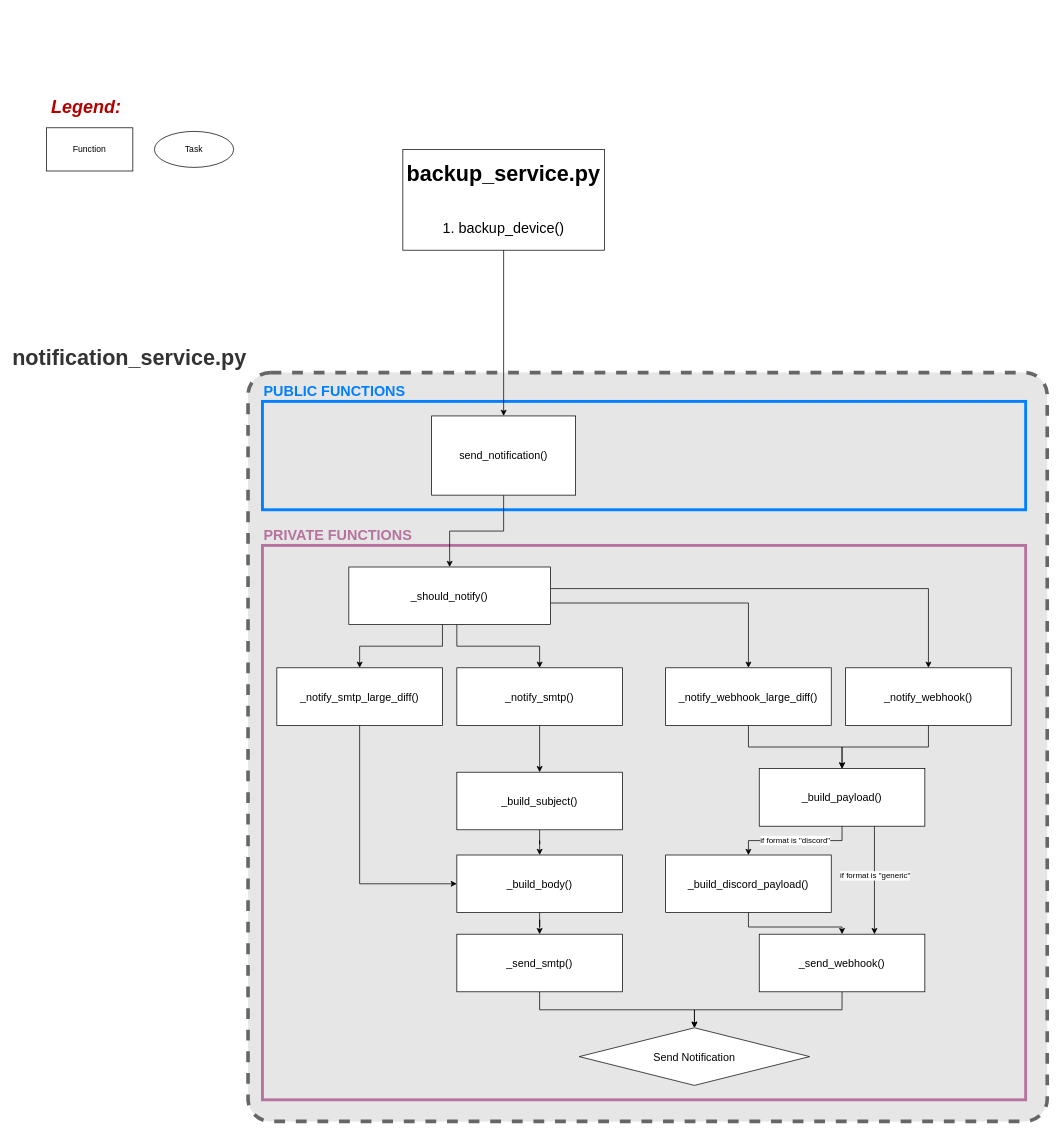
Above: page "Notification Service" (4 of 6) of KiwiSSH.drawio in casudo/KiwiSSH (draw.io), before the change. Source tidied: cells renumbered, new cells numbered last; positions are measured from the earlier drawing's top-left corner, leaving out a move shared by most shapes. Both pictures are drawn from the tidied source at 72%, with x=0, y=0 at pixel (46, 91).
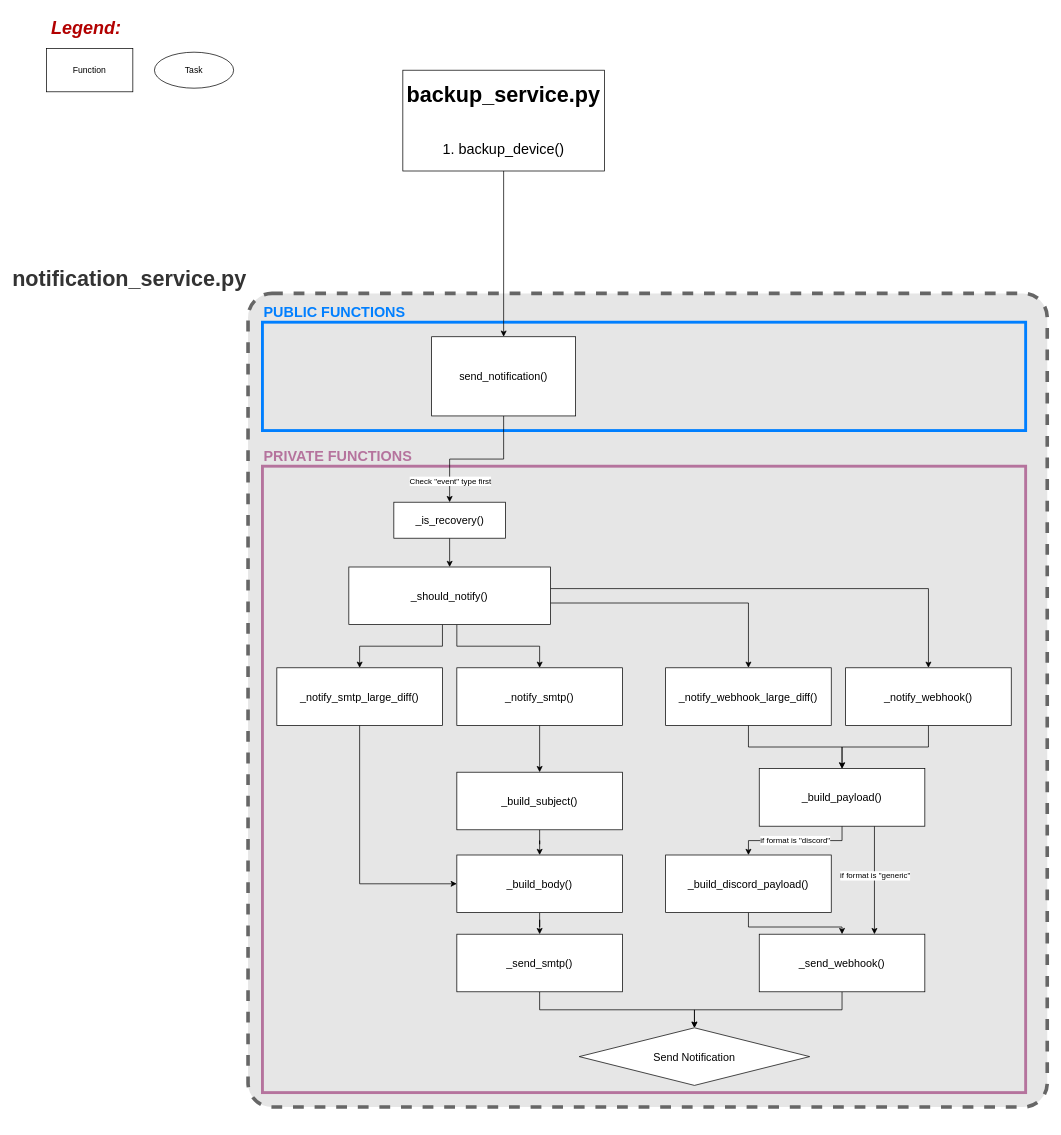
The same page after the edit.

The change refers to these unchanged cells:
```xml
<mxCell id="12" value="_should_notify()" style="rounded=0;whiteSpace=wrap;html=1;fontSize=15;" parent="1" vertex="1">
  <mxGeometry x="420" y="660" width="280" height="80" as="geometry" />
</mxCell>
```

The edit, as a diff of the source:
```diff
@@
     <mxCell id="2" value="backup_service.py&lt;div&gt;&lt;br&gt;&lt;/div&gt;&lt;div&gt;&lt;span style=&quot;font-weight: normal;&quot;&gt;&lt;font style=&quot;font-size: 20px;&quot;&gt;1. backup_device()&lt;/font&gt;&lt;/span&gt;&lt;/div&gt;" style="rounded=0;whiteSpace=wrap;html=1;fontSize=30;fontStyle=1;" parent="1" vertex="1">
-      <mxGeometry x="495" y="80" width="280" height="140" as="geometry" />
+      <mxGeometry x="495" y="-30" width="280" height="140" as="geometry" />
     </mxCell>
     <mxCell id="3" value="notification_service.py" style="rounded=1;whiteSpace=wrap;html=1;labelPosition=left;verticalLabelPosition=top;align=right;verticalAlign=bottom;fontStyle=1;fontSize=30;strokeWidth=5;dashed=1;perimeterSpacing=0;arcSize=3;fillColor=#E6E6E6;fontColor=#333333;strokeColor=#666666;" parent="1" vertex="1">
-      <mxGeometry x="280" y="390" width="1110" height="1040" as="geometry" />
+      <mxGeometry x="280" y="280" width="1110" height="1130" as="geometry" />
     </mxCell>
     <mxCell id="4" value="PRIVATE FUNCTIONS" style="rounded=0;whiteSpace=wrap;html=1;strokeWidth=4;fillColor=none;strokeColor=#B5739D;fontSize=20;fontStyle=1;fontColor=#B5739D;labelPosition=center;verticalLabelPosition=top;align=left;verticalAlign=bottom;" parent="1" vertex="1">
-      <mxGeometry x="300" y="630" width="1060" height="770" as="geometry" />
+      <mxGeometry x="300" y="520" width="1060" height="870" as="geometry" />
     </mxCell>
     <mxCell id="5" value="PUBLIC FUNCTIONS" style="rounded=0;whiteSpace=wrap;html=1;strokeWidth=4;fillColor=none;strokeColor=#007FFF;fontSize=20;fontStyle=1;fontColor=#007FFF;labelPosition=center;verticalLabelPosition=top;align=left;verticalAlign=bottom;spacing=2;spacingLeft=0;" parent="1" vertex="1">
-      <mxGeometry x="300" y="430" width="1060" height="150.5" as="geometry" />
+      <mxGeometry x="300" y="320" width="1060" height="150.5" as="geometry" />
     </mxCell>
-    <mxCell id="6" style="edgeStyle=orthogonalEdgeStyle;rounded=0;jettySize=auto;html=1;entryX=0.5;entryY=0;entryDx=0;entryDy=0;" parent="1" edge="1" source="7" target="12">
-      <mxGeometry relative="1" as="geometry" />
-    </mxCell>
+    <mxCell id="41" style="edgeStyle=orthogonalEdgeStyle;rounded=0;jettySize=auto;html=1;entryX=0.5;entryY=0;entryDx=0;entryDy=0;" parent="1" edge="1" source="7" target="44">
+      <mxGeometry relative="1" as="geometry" />
+    </mxCell>
+    <mxCell id="42" value="Check &quot;event&quot; type first" style="edgeLabel;html=1;align=center;verticalAlign=middle;" parent="41" vertex="1">
+      <mxGeometry x="0.65" y="-1" relative="1" as="geometry">
+        <mxPoint x="1" y="4" as="offset" />
+      </mxGeometry>
+    </mxCell>
     <mxCell id="7" value="&lt;div style=&quot;font-size: 15px;&quot;&gt;&lt;span style=&quot;background-color: initial; font-size: 15px;&quot;&gt;send_notification()&lt;/span&gt;&lt;br style=&quot;font-size: 15px;&quot;&gt;&lt;/div&gt;" style="rounded=0;whiteSpace=wrap;html=1;fontSize=15;" parent="1" vertex="1">
-      <mxGeometry x="535" y="450.2" width="200" height="110" as="geometry" />
+      <mxGeometry x="535" y="340.2" width="200" height="110" as="geometry" />
     </mxCell>
@@
     <mxCell id="13" value="Function" style="rounded=0;whiteSpace=wrap;html=1;" parent="1" vertex="1">
-      <mxGeometry y="50" width="120" height="60" as="geometry" />
+      <mxGeometry y="-60" width="120" height="60" as="geometry" />
     </mxCell>
     <mxCell id="14" value="Legend:" style="text;html=1;align=center;verticalAlign=middle;strokeColor=none;fillColor=none;fontStyle=3;fontSize=25;fontColor=#B20000;" parent="1" vertex="1">
-      <mxGeometry width="110" height="40" as="geometry" />
+      <mxGeometry y="-110" width="110" height="40" as="geometry" />
     </mxCell>
     <mxCell id="15" value="Task" style="ellipse;whiteSpace=wrap;html=1;" parent="1" vertex="1">
-      <mxGeometry x="150" y="55" width="110" height="50" as="geometry" />
+      <mxGeometry x="150" y="-55" width="110" height="50" as="geometry" />
     </mxCell>
@@
+    <mxCell id="43" style="edgeStyle=orthogonalEdgeStyle;rounded=0;jettySize=auto;html=1;entryX=0.5;entryY=0;entryDx=0;entryDy=0;" parent="1" edge="1" source="44" target="12">
+      <mxGeometry relative="1" as="geometry" />
+    </mxCell>
+    <mxCell id="44" value="_is_recovery()" style="rounded=0;whiteSpace=wrap;html=1;fontSize=15;" parent="1" vertex="1">
+      <mxGeometry x="482.5" y="570" width="155" height="50" as="geometry" />
+    </mxCell>
```
